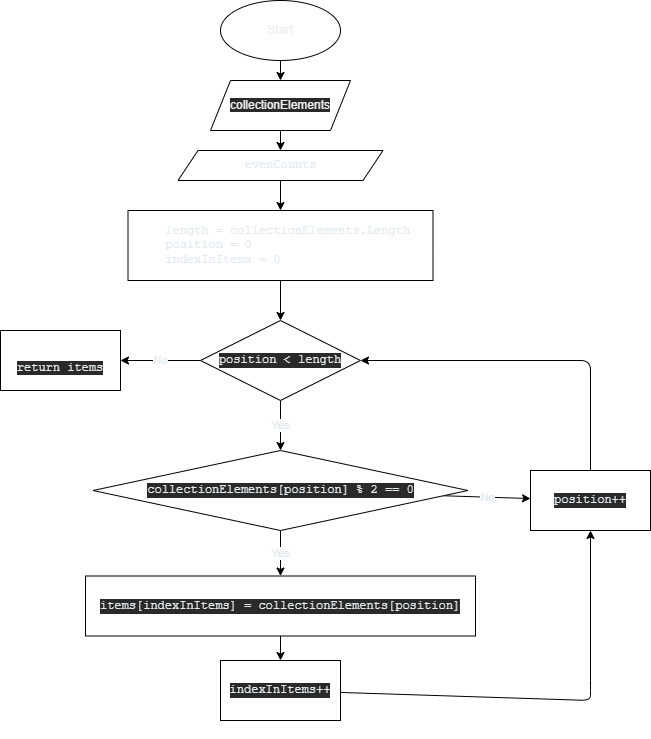
Above: Homework/hometask003/.drawio.png in Ane4kaErm/Homework (draw.io), before the change. Source tidied: cells renumbered, new cells last; positions are measured from the earlier drawing's top-left corner, leaving out a move shared by most shapes.
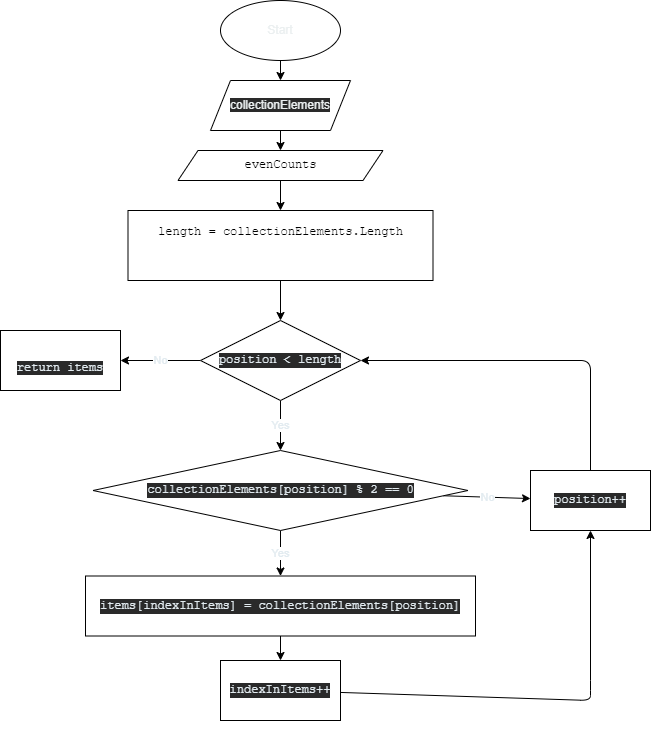
The same diagram one commit later.

What changed in the source:
```diff
@@ -17,13 +17,13 @@
     <mxCell id="6" style="edgeStyle=none;html=1;fontColor=#E2EBF0;" parent="1" edge="1" source="7" target="9">
       <mxGeometry relative="1" as="geometry" />
     </mxCell>
-    <mxCell id="7" value="&lt;pre style=&quot;color: rgb(226 , 235 , 240) ; text-align: left ; overflow-wrap: break-word&quot;&gt;evenCounts&lt;/pre&gt;" style="shape=parallelogram;perimeter=parallelogramPerimeter;whiteSpace=wrap;html=1;fixedSize=1;fontColor=#EBEFF0;" parent="1" vertex="1">
+    <mxCell id="7" value="&#10;&#10;&lt;pre style=&quot;font-style: normal; font-weight: 400; letter-spacing: normal; text-indent: 0px; text-transform: none; word-spacing: 0px; overflow-wrap: break-word;&quot;&gt;evenCounts&lt;/pre&gt;&#10;&#10;" style="shape=parallelogram;perimeter=parallelogramPerimeter;whiteSpace=wrap;html=1;fixedSize=1;fontColor=default;" parent="1" vertex="1">
       <mxGeometry x="177.5" y="150" width="205" height="30" as="geometry" />
     </mxCell>
     <mxCell id="8" style="edgeStyle=none;html=1;fontColor=#E2EBF0;" parent="1" edge="1" source="9" target="12">
       <mxGeometry relative="1" as="geometry" />
     </mxCell>
-    <mxCell id="9" value="&lt;pre style=&quot;color: rgb(226 , 235 , 240) ; text-align: left ; overflow-wrap: break-word&quot;&gt;  length = collectionElements.Length&lt;br&gt;  position = 0&lt;br&gt;  indexInItems = 0&lt;/pre&gt;" style="whiteSpace=wrap;html=1;fontColor=#EBEFF0;" parent="1" vertex="1">
+    <mxCell id="9" value="&lt;pre style=&quot;color: rgb(226 , 235 , 240) ; text-align: left ; overflow-wrap: break-word&quot;&gt;&lt;pre style=&quot;color: rgb(0 , 0 , 0) ; overflow-wrap: break-word&quot;&gt;length = collectionElements.Length&lt;/pre&gt;&lt;pre style=&quot;color: rgb(0 , 0 , 0) ; overflow-wrap: break-word&quot;&gt;&lt;br&gt;&lt;/pre&gt;&lt;/pre&gt;" style="whiteSpace=wrap;html=1;fontColor=#EBEFF0;" parent="1" vertex="1">
       <mxGeometry x="127.5" y="210" width="305" height="70" as="geometry" />
     </mxCell>
     <mxCell id="10" value="No" style="edgeStyle=none;html=1;fontColor=#E2EBF0;" parent="1" edge="1" source="12" target="13">
```
